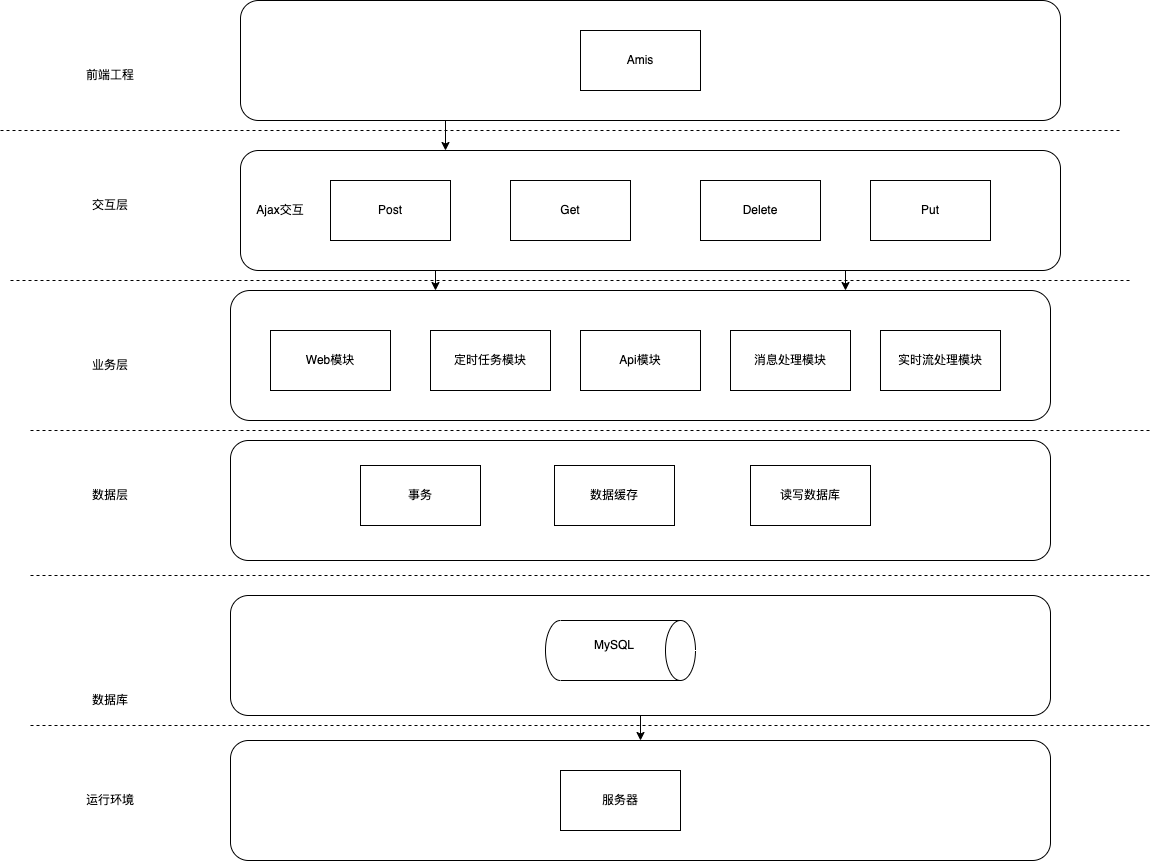
Above: austin系统架构图.drawio.png in Crazypointer/Picture (draw.io), before the change. Source tidied: cells renumbered, new cells last; positions are measured from the earlier drawing's top-left corner, leaving out a move shared by most shapes.
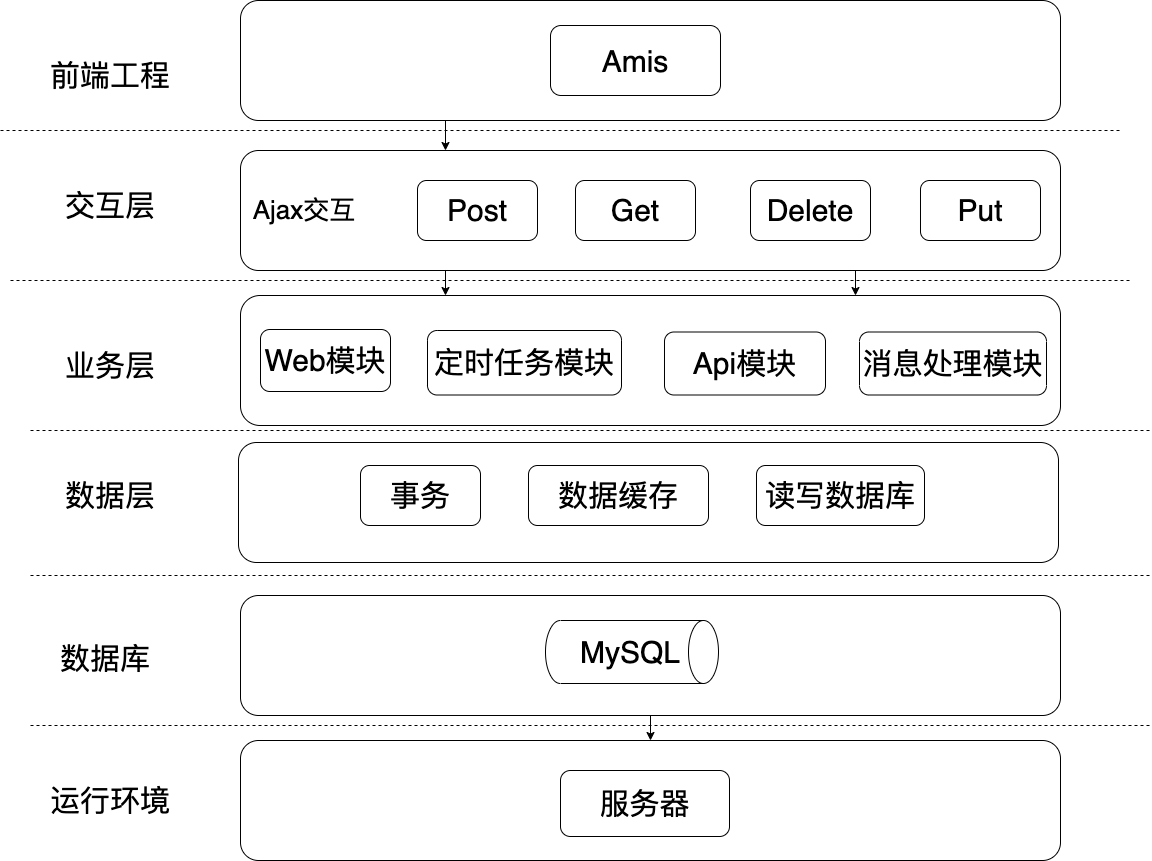
The same diagram one commit later.

Commit message:
更新austin系统架构图.drawio.png

Diff of the diagram source:
```diff
@@ -2,49 +2,49 @@
   <root>
     <mxCell id="0" />
     <mxCell id="1" parent="0" />
-    <mxCell id="2" style="edgeStyle=orthogonalEdgeStyle;rounded=0;jettySize=auto;html=1;exitX=0.25;exitY=1;exitDx=0;exitDy=0;entryX=0.25;entryY=0;entryDx=0;entryDy=0;" parent="1" edge="1" source="3" target="8">
+    <mxCell id="2" style="edgeStyle=orthogonalEdgeStyle;rounded=1;jettySize=auto;html=1;exitX=0.25;exitY=1;exitDx=0;exitDy=0;entryX=0.25;entryY=0;entryDx=0;entryDy=0;" parent="1" edge="1" source="3" target="8">
       <mxGeometry relative="1" as="geometry" />
     </mxCell>
-    <mxCell id="3" style="rounded=1;whiteSpace=wrap;html=1;" parent="1" vertex="1">
+    <mxCell id="3" style="rounded=1;whiteSpace=wrap;html=1;fontSize=40;labelBackgroundColor=none;fontStyle=1;" parent="1" vertex="1">
       <mxGeometry x="240" width="820" height="120" as="geometry" />
     </mxCell>
-    <mxCell id="4" value="Amis" style="rounded=0;whiteSpace=wrap;html=1;" parent="1" vertex="1">
-      <mxGeometry x="580" y="30" width="120" height="60" as="geometry" />
+    <mxCell id="4" value="&lt;font style=&quot;font-size: 30px;&quot;&gt;Amis&lt;/font&gt;" style="rounded=1;whiteSpace=wrap;html=1;fontSize=37;" parent="1" vertex="1">
+      <mxGeometry x="550" y="25" width="170" height="70" as="geometry" />
     </mxCell>
-    <mxCell id="5" style="rounded=0;whiteSpace=wrap;html=1;" parent="1" vertex="1">
+    <mxCell id="5" style="rounded=1;whiteSpace=wrap;html=1;" parent="1" vertex="1">
       <mxGeometry x="300" y="190" width="110" height="40" as="geometry" />
     </mxCell>
-    <mxCell id="6" style="edgeStyle=orthogonalEdgeStyle;rounded=0;jettySize=auto;html=1;exitX=0.25;exitY=1;exitDx=0;exitDy=0;entryX=0.25;entryY=0;entryDx=0;entryDy=0;" parent="1" edge="1" source="8" target="12">
+    <mxCell id="6" style="edgeStyle=orthogonalEdgeStyle;rounded=1;jettySize=auto;html=1;exitX=0.25;exitY=1;exitDx=0;exitDy=0;entryX=0.25;entryY=0;entryDx=0;entryDy=0;" parent="1" edge="1" source="8" target="12">
       <mxGeometry relative="1" as="geometry" />
     </mxCell>
-    <mxCell id="7" style="edgeStyle=orthogonalEdgeStyle;rounded=0;jettySize=auto;html=1;exitX=0.75;exitY=1;exitDx=0;exitDy=0;entryX=0.75;entryY=0;entryDx=0;entryDy=0;" parent="1" edge="1" source="8" target="12">
+    <mxCell id="7" style="edgeStyle=orthogonalEdgeStyle;rounded=1;jettySize=auto;html=1;exitX=0.75;exitY=1;exitDx=0;exitDy=0;entryX=0.75;entryY=0;entryDx=0;entryDy=0;" parent="1" edge="1" source="8" target="12">
       <mxGeometry relative="1" as="geometry" />
     </mxCell>
     <mxCell id="8" style="rounded=1;whiteSpace=wrap;html=1;" parent="1" vertex="1">
       <mxGeometry x="240" y="150" width="820" height="120" as="geometry" />
     </mxCell>
-    <mxCell id="9" value="Post" style="rounded=0;whiteSpace=wrap;html=1;" parent="1" vertex="1">
-      <mxGeometry x="330" y="180" width="120" height="60" as="geometry" />
+    <mxCell id="9" value="Post" style="rounded=1;whiteSpace=wrap;html=1;fontSize=30;" parent="1" vertex="1">
+      <mxGeometry x="417" y="180" width="120" height="60" as="geometry" />
     </mxCell>
-    <mxCell id="10" value="Get" style="rounded=0;whiteSpace=wrap;html=1;" parent="1" vertex="1">
-      <mxGeometry x="510" y="180" width="120" height="60" as="geometry" />
+    <mxCell id="10" value="Get" style="rounded=1;whiteSpace=wrap;html=1;fontSize=30;" parent="1" vertex="1">
+      <mxGeometry x="575" y="180" width="120" height="60" as="geometry" />
     </mxCell>
-    <mxCell id="11" style="rounded=0;whiteSpace=wrap;html=1;" parent="1" vertex="1">
+    <mxCell id="11" style="rounded=1;whiteSpace=wrap;html=1;" parent="1" vertex="1">
       <mxGeometry x="280" y="310" width="110" height="40" as="geometry" />
     </mxCell>
     <mxCell id="12" style="rounded=1;whiteSpace=wrap;html=1;" parent="1" vertex="1">
-      <mxGeometry x="230" y="290" width="820" height="130" as="geometry" />
+      <mxGeometry x="240" y="295" width="820" height="130" as="geometry" />
     </mxCell>
-    <mxCell id="13" value="Web模块" style="rounded=0;whiteSpace=wrap;html=1;" parent="1" vertex="1">
-      <mxGeometry x="270" y="330" width="120" height="60" as="geometry" />
+    <mxCell id="13" value="Web模块" style="rounded=1;whiteSpace=wrap;html=1;fontSize=30;" parent="1" vertex="1">
+      <mxGeometry x="260" y="329" width="130" height="62" as="geometry" />
     </mxCell>
-    <mxCell id="14" value="定时任务模块" style="rounded=0;whiteSpace=wrap;html=1;" parent="1" vertex="1">
-      <mxGeometry x="430" y="330" width="120" height="60" as="geometry" />
+    <mxCell id="14" value="定时任务模块" style="rounded=1;whiteSpace=wrap;html=1;fontSize=30;" parent="1" vertex="1">
+      <mxGeometry x="427" y="330" width="194" height="64.5" as="geometry" />
     </mxCell>
-    <mxCell id="15" value="前端工程" style="text;strokeColor=none;align=center;fillColor=none;html=1;verticalAlign=middle;whiteSpace=wrap;rounded=0;" parent="1" vertex="1">
+    <mxCell id="15" value="前端工程" style="text;strokeColor=none;align=center;fillColor=none;html=1;verticalAlign=middle;whiteSpace=wrap;rounded=1;fontSize=30;" parent="1" vertex="1">
       <mxGeometry x="20" y="50" width="180" height="50" as="geometry" />
     </mxCell>
-    <mxCell id="16" style="endArrow=none;dashed=1;html=1;rounded=0;" parent="1" edge="1">
+    <mxCell id="16" style="endArrow=none;dashed=1;html=1;rounded=1;" parent="1" edge="1">
       <mxGeometry relative="1" as="geometry">
         <mxPoint y="130" as="sourcePoint" />
         <mxPoint x="1120" y="130" as="targetPoint" />
@@ -53,46 +53,46 @@
         </Array>
       </mxGeometry>
     </mxCell>
-    <mxCell id="17" value="交互层" style="text;strokeColor=none;align=center;fillColor=none;html=1;verticalAlign=middle;whiteSpace=wrap;rounded=0;" parent="1" vertex="1">
+    <mxCell id="17" value="交互层" style="text;strokeColor=none;align=center;fillColor=none;html=1;verticalAlign=middle;whiteSpace=wrap;rounded=1;fontSize=30;" parent="1" vertex="1">
       <mxGeometry x="20" y="180" width="180" height="50" as="geometry" />
     </mxCell>
-    <mxCell id="18" value="业务层" style="text;strokeColor=none;align=center;fillColor=none;html=1;verticalAlign=middle;whiteSpace=wrap;rounded=0;" parent="1" vertex="1">
+    <mxCell id="18" value="业务层" style="text;strokeColor=none;align=center;fillColor=none;html=1;verticalAlign=middle;whiteSpace=wrap;rounded=1;fontSize=30;" parent="1" vertex="1">
       <mxGeometry x="20" y="340" width="180" height="50" as="geometry" />
     </mxCell>
-    <mxCell id="19" value="数据层" style="text;strokeColor=none;align=center;fillColor=none;html=1;verticalAlign=middle;whiteSpace=wrap;rounded=0;" parent="1" vertex="1">
+    <mxCell id="19" value="数据层" style="text;strokeColor=none;align=center;fillColor=none;html=1;verticalAlign=middle;whiteSpace=wrap;rounded=1;fontSize=30;" parent="1" vertex="1">
       <mxGeometry x="20" y="470" width="180" height="50" as="geometry" />
     </mxCell>
-    <mxCell id="20" style="rounded=0;whiteSpace=wrap;html=1;" parent="1" vertex="1">
+    <mxCell id="20" style="rounded=1;whiteSpace=wrap;html=1;" parent="1" vertex="1">
       <mxGeometry x="290" y="480" width="110" height="40" as="geometry" />
     </mxCell>
     <mxCell id="21" style="rounded=1;whiteSpace=wrap;html=1;" parent="1" vertex="1">
-      <mxGeometry x="230" y="440" width="820" height="120" as="geometry" />
+      <mxGeometry x="238" y="442" width="820" height="120" as="geometry" />
     </mxCell>
-    <mxCell id="22" value="事务" style="rounded=0;whiteSpace=wrap;html=1;" parent="1" vertex="1">
+    <mxCell id="22" value="事务" style="rounded=1;whiteSpace=wrap;html=1;fontSize=30;" parent="1" vertex="1">
       <mxGeometry x="360" y="465" width="120" height="60" as="geometry" />
     </mxCell>
-    <mxCell id="23" value="数据缓存" style="rounded=0;whiteSpace=wrap;html=1;" parent="1" vertex="1">
-      <mxGeometry x="554" y="465" width="120" height="60" as="geometry" />
+    <mxCell id="23" value="数据缓存" style="rounded=1;whiteSpace=wrap;html=1;fontSize=30;" parent="1" vertex="1">
+      <mxGeometry x="528" y="465" width="180" height="60" as="geometry" />
     </mxCell>
-    <mxCell id="24" style="edgeStyle=orthogonalEdgeStyle;rounded=0;jettySize=auto;html=1;exitX=0.5;exitY=1;exitDx=0;exitDy=0;entryX=0.5;entryY=0;entryDx=0;entryDy=0;" parent="1" edge="1" source="25" target="27">
+    <mxCell id="24" style="edgeStyle=orthogonalEdgeStyle;rounded=1;jettySize=auto;html=1;exitX=0.5;exitY=1;exitDx=0;exitDy=0;entryX=0.5;entryY=0;entryDx=0;entryDy=0;" parent="1" edge="1" source="25" target="27">
       <mxGeometry relative="1" as="geometry" />
     </mxCell>
     <mxCell id="25" style="rounded=1;whiteSpace=wrap;html=1;" parent="1" vertex="1">
-      <mxGeometry x="230" y="595" width="820" height="120" as="geometry" />
+      <mxGeometry x="240" y="595" width="820" height="120" as="geometry" />
     </mxCell>
-    <mxCell id="26" value="数据库" style="text;strokeColor=none;align=center;fillColor=none;html=1;verticalAlign=middle;whiteSpace=wrap;rounded=0;" parent="1" vertex="1">
-      <mxGeometry x="20" y="675" width="180" height="50" as="geometry" />
+    <mxCell id="26" value="数据库" style="text;strokeColor=none;align=center;fillColor=none;html=1;verticalAlign=middle;whiteSpace=wrap;rounded=1;fontSize=30;" parent="1" vertex="1">
+      <mxGeometry x="15" y="633" width="180" height="50" as="geometry" />
     </mxCell>
     <mxCell id="27" style="rounded=1;whiteSpace=wrap;html=1;" parent="1" vertex="1">
-      <mxGeometry x="230" y="740" width="820" height="120" as="geometry" />
+      <mxGeometry x="240" y="740" width="820" height="120" as="geometry" />
     </mxCell>
-    <mxCell id="28" value="服务器" style="rounded=0;whiteSpace=wrap;html=1;" parent="1" vertex="1">
-      <mxGeometry x="560" y="770" width="120" height="60" as="geometry" />
+    <mxCell id="28" value="&lt;font style=&quot;font-size: 30px;&quot;&gt;服务器&lt;/font&gt;" style="rounded=1;whiteSpace=wrap;html=1;" parent="1" vertex="1">
+      <mxGeometry x="560" y="770" width="169" height="66" as="geometry" />
     </mxCell>
-    <mxCell id="29" value="运行环境" style="text;strokeColor=none;align=center;fillColor=none;html=1;verticalAlign=middle;whiteSpace=wrap;rounded=0;" parent="1" vertex="1">
+    <mxCell id="29" value="运行环境" style="text;strokeColor=none;align=center;fillColor=none;html=1;verticalAlign=middle;whiteSpace=wrap;rounded=1;fontSize=30;" parent="1" vertex="1">
       <mxGeometry x="20" y="775" width="180" height="50" as="geometry" />
     </mxCell>
-    <mxCell id="30" style="endArrow=none;dashed=1;html=1;rounded=0;" parent="1" edge="1">
+    <mxCell id="30" style="endArrow=none;dashed=1;html=1;rounded=1;" parent="1" edge="1">
       <mxGeometry relative="1" as="geometry">
         <mxPoint x="10" y="280" as="sourcePoint" />
         <mxPoint x="1130" y="280" as="targetPoint" />
@@ -101,7 +101,7 @@
         </Array>
       </mxGeometry>
     </mxCell>
-    <mxCell id="31" style="endArrow=none;dashed=1;html=1;rounded=0;" parent="1" edge="1">
+    <mxCell id="31" style="endArrow=none;dashed=1;html=1;rounded=1;" parent="1" edge="1">
       <mxGeometry relative="1" as="geometry">
         <mxPoint x="30" y="430" as="sourcePoint" />
         <mxPoint x="1150" y="430" as="targetPoint" />
@@ -110,7 +110,7 @@
         </Array>
       </mxGeometry>
     </mxCell>
-    <mxCell id="32" style="endArrow=none;dashed=1;html=1;rounded=0;" parent="1" edge="1">
+    <mxCell id="32" style="endArrow=none;dashed=1;html=1;rounded=1;" parent="1" edge="1">
       <mxGeometry relative="1" as="geometry">
         <mxPoint x="30" y="575" as="sourcePoint" />
         <mxPoint x="1150" y="575" as="targetPoint" />
@@ -119,7 +119,7 @@
         </Array>
       </mxGeometry>
     </mxCell>
-    <mxCell id="33" style="endArrow=none;dashed=1;html=1;rounded=0;" parent="1" edge="1">
+    <mxCell id="33" style="endArrow=none;dashed=1;html=1;rounded=1;" parent="1" edge="1">
       <mxGeometry relative="1" as="geometry">
         <mxPoint x="30" y="725" as="sourcePoint" />
         <mxPoint x="1150" y="725" as="targetPoint" />
@@ -128,32 +128,29 @@
         </Array>
       </mxGeometry>
     </mxCell>
-    <mxCell id="34" value="Delete" style="rounded=0;whiteSpace=wrap;html=1;" parent="1" vertex="1">
-      <mxGeometry x="700" y="180" width="120" height="60" as="geometry" />
+    <mxCell id="34" value="Delete" style="rounded=1;whiteSpace=wrap;html=1;fontSize=30;" parent="1" vertex="1">
+      <mxGeometry x="750" y="180" width="120" height="60" as="geometry" />
     </mxCell>
-    <mxCell id="35" value="Put" style="rounded=0;whiteSpace=wrap;html=1;" parent="1" vertex="1">
-      <mxGeometry x="870" y="180" width="120" height="60" as="geometry" />
+    <mxCell id="35" value="Put" style="rounded=1;whiteSpace=wrap;html=1;fontSize=30;" parent="1" vertex="1">
+      <mxGeometry x="920" y="180" width="120" height="60" as="geometry" />
     </mxCell>
-    <mxCell id="36" value="Api模块" style="rounded=0;whiteSpace=wrap;html=1;" parent="1" vertex="1">
-      <mxGeometry x="580" y="330" width="120" height="60" as="geometry" />
+    <mxCell id="36" value="Api模块" style="rounded=1;whiteSpace=wrap;html=1;fontSize=30;" parent="1" vertex="1">
+      <mxGeometry x="664" y="331.5" width="161" height="63" as="geometry" />
     </mxCell>
-    <mxCell id="37" value="消息处理模块" style="rounded=0;whiteSpace=wrap;html=1;" parent="1" vertex="1">
-      <mxGeometry x="730" y="330" width="120" height="60" as="geometry" />
+    <mxCell id="37" value="消息处理模块" style="rounded=1;whiteSpace=wrap;html=1;fontSize=30;" parent="1" vertex="1">
+      <mxGeometry x="859" y="331.5" width="187" height="63" as="geometry" />
     </mxCell>
-    <mxCell id="38" value="实时流处理模块" style="rounded=0;whiteSpace=wrap;html=1;" parent="1" vertex="1">
-      <mxGeometry x="880" y="330" width="120" height="60" as="geometry" />
-    </mxCell>
-    <mxCell id="39" value="Ajax交互" style="text;strokeColor=none;align=center;fillColor=none;html=1;verticalAlign=middle;whiteSpace=wrap;rounded=0;" parent="1" vertex="1">
-      <mxGeometry x="250" y="195" width="60" height="30" as="geometry" />
+    <mxCell id="39" value="Ajax交互" style="text;strokeColor=none;align=center;fillColor=none;html=1;verticalAlign=middle;whiteSpace=wrap;rounded=1;fontSize=26;" parent="1" vertex="1">
+      <mxGeometry x="200" y="191.5" width="208" height="37" as="geometry" />
     </mxCell>
-    <mxCell id="40" value="读写数据库" style="rounded=0;whiteSpace=wrap;html=1;" parent="1" vertex="1">
-      <mxGeometry x="750" y="465" width="120" height="60" as="geometry" />
+    <mxCell id="40" value="读写数据库" style="rounded=1;whiteSpace=wrap;html=1;fontSize=30;" parent="1" vertex="1">
+      <mxGeometry x="756" y="465" width="168" height="60" as="geometry" />
     </mxCell>
-    <mxCell id="41" style="shape=cylinder3;whiteSpace=wrap;html=1;boundedLbl=1;backgroundOutline=1;size=15;rotation=90;" parent="1" vertex="1">
-      <mxGeometry x="590" y="575" width="60" height="150" as="geometry" />
+    <mxCell id="41" style="shape=cylinder3;whiteSpace=wrap;html=1;boundedLbl=1;backgroundOutline=1;size=15;rotation=90;rounded=1;" parent="1" vertex="1">
+      <mxGeometry x="600" y="565" width="63" height="173" as="geometry" />
     </mxCell>
-    <mxCell id="42" value="MySQL" style="text;strokeColor=none;align=center;fillColor=none;html=1;verticalAlign=middle;whiteSpace=wrap;rounded=0;" parent="1" vertex="1">
-      <mxGeometry x="584" y="630" width="60" height="30" as="geometry" />
+    <mxCell id="42" value="&lt;font style=&quot;font-size: 30px;&quot;&gt;MySQL&lt;/font&gt;" style="text;strokeColor=none;align=center;fillColor=none;html=1;verticalAlign=middle;whiteSpace=wrap;rounded=1;fontSize=13;" parent="1" vertex="1">
+      <mxGeometry x="600" y="636.5" width="60" height="30" as="geometry" />
     </mxCell>
   </root>
 </mxGraphModel>
```
